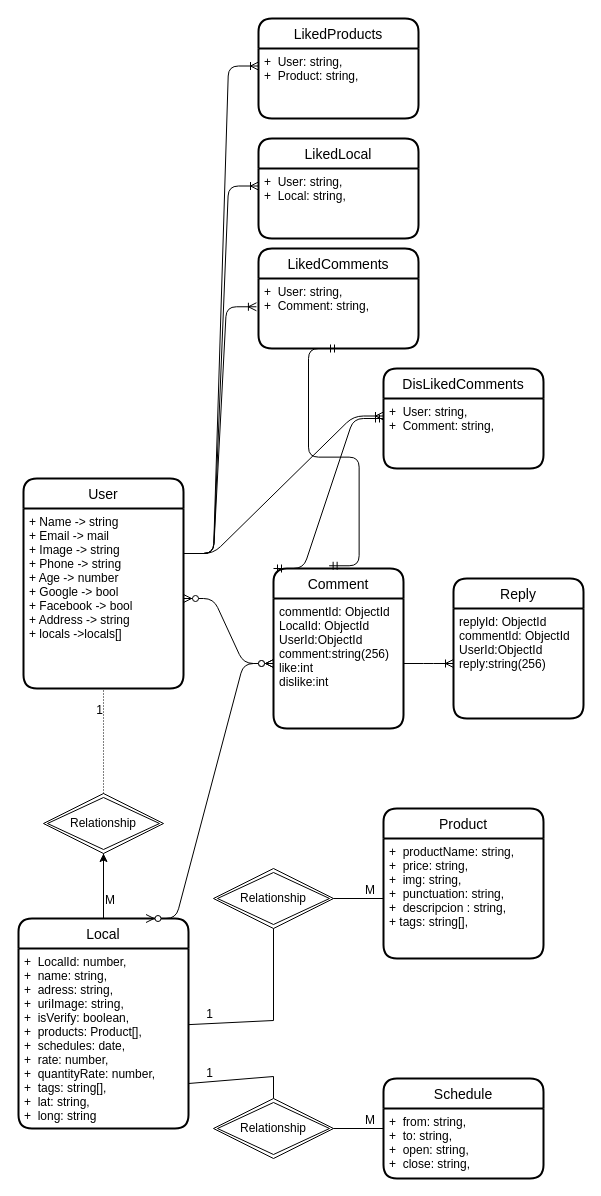
Above: page "Database" (1 of 9) of Documentation/Database.drawio in VictorVMHC/Located.API (draw.io), before the change. Source tidied: cells renumbered, new cells numbered last; positions are measured from the earlier drawing's top-left corner, leaving out a move shared by most shapes. Both pictures are drawn from the tidied source at 100%, with x=0, y=0 at pixel (18, 18).
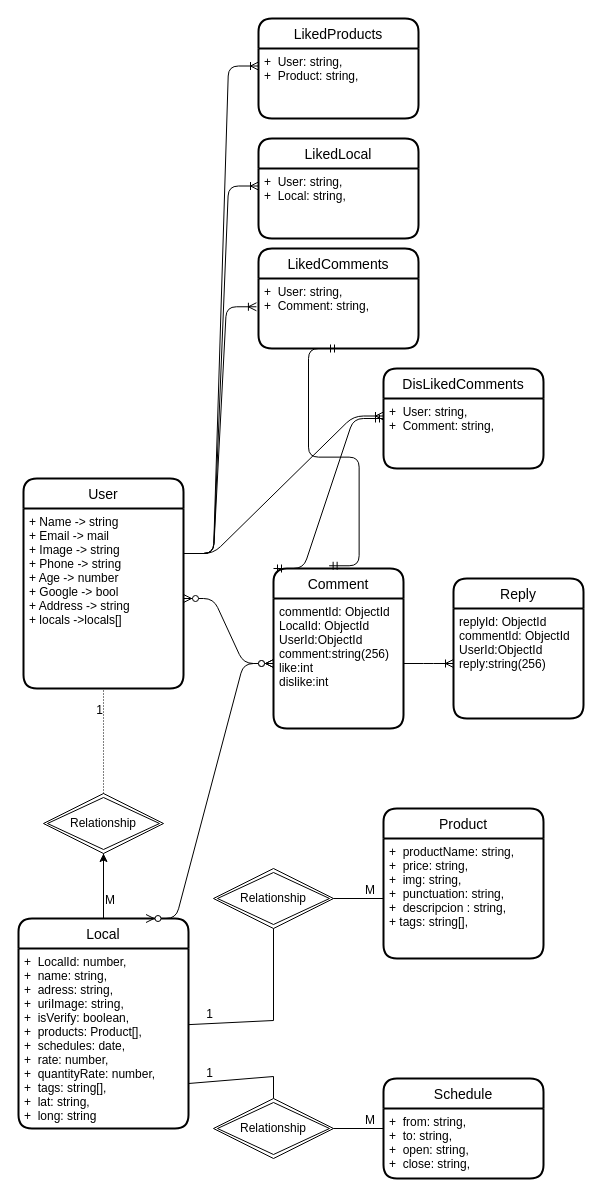
After the change.

Commit message (it also covers changes not shown here):
Add more comments to trainigData

were added more data to trainigData and its traducctios

Unchanged cells that the change refers to:
```xml
<mxCell id="3" value="User" style="swimlane;horizontal=1;startSize=30;rounded=1;fontSize=14;fontStyle=0;strokeWidth=2;shadow=0;dashed=0;align=center;" parent="1" vertex="1">
  <mxGeometry x="5" y="460" width="160" height="210" as="geometry" />
</mxCell>
```

What changed in the source:
```diff
@@
-    <mxCell id="4" value="+ Name -&gt; string&#10;+ Email -&gt; mail&#10;+ Image -&gt; string&#10;+ Phone -&gt; string&#10;+ Age -&gt; number&#10;+ Google -&gt; bool&#10;+ Facebook -&gt; bool&#10;+ Address -&gt; string&#10;+ locals -&gt;locals[]&#10;" style="align=left;strokeColor=none;fillColor=none;spacingLeft=4;fontSize=12;verticalAlign=top;" parent="3" vertex="1">
+    <mxCell id="4" value="+ Name -&gt; string&#10;+ Email -&gt; mail&#10;+ Image -&gt; string&#10;+ Phone -&gt; string&#10;+ Age -&gt; number&#10;+ Google -&gt; bool&#10;+ Address -&gt; string&#10;+ locals -&gt;locals[]&#10;" style="align=left;strokeColor=none;fillColor=none;spacingLeft=4;fontSize=12;verticalAlign=top;" parent="3" vertex="1">
       <mxGeometry y="30" width="160" height="180" as="geometry" />
     </mxCell>
```
